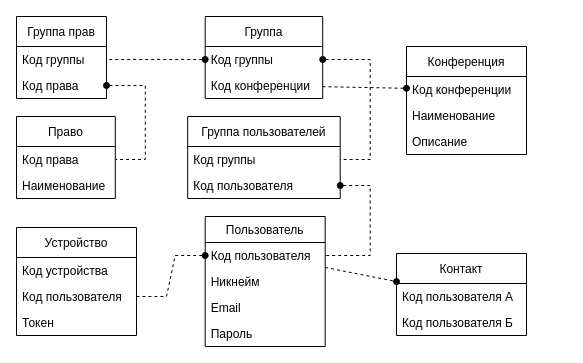
Above: ТОАУ/ЛР4/1.drawio in eldarian-1/pstu (draw.io), before the change. Source tidied: cells renumbered, new cells numbered last; positions are measured from the earlier drawing's top-left corner, leaving out a move shared by most shapes. Both pictures are drawn from the tidied source at 100%, with x=0, y=0 at pixel (16, 16).
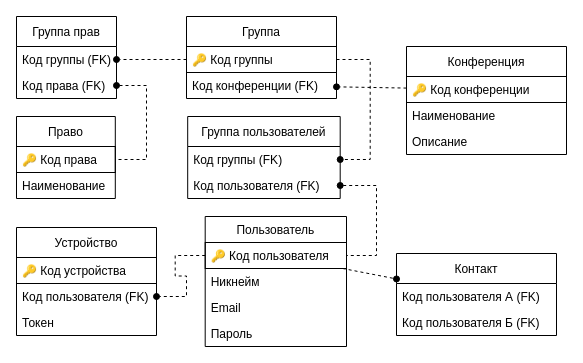
After the change.

Unchanged cells that the change refers to:
```xml
<mxCell id="13" value="Право" style="swimlane;fontStyle=0;horizontal=1;startSize=30;fillColor=none;" parent="1" vertex="1">
  <mxGeometry y="100" width="98.8" height="82" as="geometry" />
</mxCell>
<mxCell id="24" value="Группа пользователей" style="swimlane;fontStyle=0;horizontal=1;startSize=30;fillColor=none;" parent="1" vertex="1">
  <mxGeometry x="171.2" y="100" width="152.5" height="82" as="geometry" />
</mxCell>
```

What changed in the source:
```diff
@@
     <mxCell id="2" value="Группа прав" style="swimlane;fontStyle=0;horizontal=1;startSize=30;fillColor=none;" parent="1" vertex="1">
-      <mxGeometry width="90" height="82" as="geometry" />
+      <mxGeometry width="100" height="82" as="geometry" />
     </mxCell>
-    <mxCell id="3" value="Код группы" style="text;strokeColor=none;fillColor=none;align=left;verticalAlign=top;spacingLeft=4;spacingRight=4;overflow=hidden;points=[[0,0.5],[1,0.5]];portConstraint=eastwest;" parent="2" vertex="1">
-      <mxGeometry y="30" width="90" height="26" as="geometry" />
-    </mxCell>
-    <mxCell id="4" value="Код права" style="text;strokeColor=none;fillColor=none;align=left;verticalAlign=top;spacingLeft=4;spacingRight=4;overflow=hidden;points=[[0,0.5],[1,0.5]];portConstraint=eastwest;" parent="2" vertex="1">
-      <mxGeometry y="56" width="90" height="26" as="geometry" />
-    </mxCell>
+    <mxCell id="37" value="Код группы (FK)" style="text;strokeColor=none;fillColor=none;align=left;verticalAlign=top;spacingLeft=4;spacingRight=4;overflow=hidden;points=[[0,0.5],[1,0.5]];portConstraint=eastwest;" parent="2" vertex="1">
+      <mxGeometry y="30" width="100" height="26" as="geometry" />
+    </mxCell>
+    <mxCell id="38" value="Код права (FK)" style="text;strokeColor=none;fillColor=none;align=left;verticalAlign=top;spacingLeft=4;spacingRight=4;overflow=hidden;points=[[0,0.5],[1,0.5]];portConstraint=eastwest;" parent="2" vertex="1">
+      <mxGeometry y="56" width="100" height="26" as="geometry" />
+    </mxCell>
     <mxCell id="5" value="Пользователь" style="swimlane;fontStyle=0;horizontal=1;startSize=26;fillColor=none;" parent="1" vertex="1">
-      <mxGeometry x="188.7" y="200" width="120" height="130" as="geometry" />
+      <mxGeometry x="188.7" y="200" width="141.3" height="130" as="geometry" />
     </mxCell>
-    <mxCell id="6" value="Код пользователя" style="text;strokeColor=none;fillColor=none;align=left;verticalAlign=top;spacingLeft=4;spacingRight=4;overflow=hidden;points=[[0,0.5],[1,0.5]];portConstraint=eastwest;" parent="5" vertex="1">
-      <mxGeometry y="26" width="120" height="26" as="geometry" />
-    </mxCell>
+    <mxCell id="39" value="🔑 Код пользователя" style="text;strokeColor=default;fillColor=none;align=left;verticalAlign=top;spacingLeft=4;spacingRight=4;overflow=hidden;points=[[0,0.5],[1,0.5]];portConstraint=eastwest;" parent="5" vertex="1">
+      <mxGeometry y="26" width="141.3" height="26" as="geometry" />
+    </mxCell>
     <mxCell id="7" value="Никнейм" style="text;strokeColor=none;fillColor=none;align=left;verticalAlign=top;spacingLeft=4;spacingRight=4;overflow=hidden;" parent="5" vertex="1">
-      <mxGeometry y="52" width="120" height="26" as="geometry" />
+      <mxGeometry y="52" width="141.3" height="26" as="geometry" />
     </mxCell>
     <mxCell id="8" value="Email" style="text;strokeColor=none;fillColor=none;align=left;verticalAlign=top;spacingLeft=4;spacingRight=4;overflow=hidden;" parent="5" vertex="1">
-      <mxGeometry y="78" width="120" height="26" as="geometry" />
+      <mxGeometry y="78" width="141.3" height="26" as="geometry" />
     </mxCell>
     <mxCell id="9" value="Пароль" style="text;strokeColor=none;fillColor=none;align=left;verticalAlign=top;spacingLeft=4;spacingRight=4;overflow=hidden;" parent="5" vertex="1">
-      <mxGeometry y="104" width="120" height="26" as="geometry" />
+      <mxGeometry y="104" width="141.3" height="26" as="geometry" />
     </mxCell>
     <mxCell id="10" value="Контакт" style="swimlane;fontStyle=0;horizontal=1;startSize=30;fillColor=none;" parent="1" vertex="1">
-      <mxGeometry x="380" y="237" width="130" height="82" as="geometry" />
+      <mxGeometry x="380" y="237" width="160" height="82" as="geometry" />
     </mxCell>
-    <mxCell id="11" value="Код пользователя А" style="text;strokeColor=none;fillColor=none;align=left;verticalAlign=top;spacingLeft=4;spacingRight=4;overflow=hidden;" parent="10" vertex="1">
-      <mxGeometry y="30" width="130" height="26" as="geometry" />
-    </mxCell>
-    <mxCell id="12" value="Код пользователя Б" style="text;strokeColor=none;fillColor=none;align=left;verticalAlign=top;spacingLeft=4;spacingRight=4;overflow=hidden;" parent="10" vertex="1">
-      <mxGeometry y="56" width="130" height="26" as="geometry" />
-    </mxCell>
+    <mxCell id="40" value="Код пользователя А (FK)" style="text;strokeColor=none;fillColor=none;align=left;verticalAlign=top;spacingLeft=4;spacingRight=4;overflow=hidden;" parent="10" vertex="1">
+      <mxGeometry y="30" width="160" height="26" as="geometry" />
+    </mxCell>
+    <mxCell id="41" value="Код пользователя Б (FK)" style="text;strokeColor=none;fillColor=none;align=left;verticalAlign=top;spacingLeft=4;spacingRight=4;overflow=hidden;" parent="10" vertex="1">
+      <mxGeometry y="56" width="160" height="26" as="geometry" />
+    </mxCell>
@@
-    <mxCell id="14" value="Код права" style="text;strokeColor=none;fillColor=none;align=left;verticalAlign=top;spacingLeft=4;spacingRight=4;overflow=hidden;points=[[0,0.5],[1,0.5]];portConstraint=eastwest;" parent="13" vertex="1">
-      <mxGeometry y="30" width="98.8" height="26" as="geometry" />
-    </mxCell>
+    <mxCell id="42" value="🔑 Код права" style="text;strokeColor=default;fillColor=none;align=left;verticalAlign=top;spacingLeft=4;spacingRight=4;overflow=hidden;points=[[0,0.5],[1,0.5]];portConstraint=eastwest;" parent="13" vertex="1">
+      <mxGeometry y="30" width="98.8" height="26" as="geometry" />
+    </mxCell>
@@
     <mxCell id="16" value="Устройство" style="swimlane;fontStyle=0;horizontal=1;startSize=30;fillColor=none;" parent="1" vertex="1">
-      <mxGeometry y="211" width="120" height="108" as="geometry" />
+      <mxGeometry y="211" width="140" height="108" as="geometry" />
     </mxCell>
-    <mxCell id="17" value="Код устройства" style="text;strokeColor=none;fillColor=none;align=left;verticalAlign=top;spacingLeft=4;spacingRight=4;overflow=hidden;" parent="16" vertex="1">
-      <mxGeometry y="30" width="120" height="26" as="geometry" />
-    </mxCell>
-    <mxCell id="18" value="Код пользователя" style="text;strokeColor=none;fillColor=none;align=left;verticalAlign=top;spacingLeft=4;spacingRight=4;overflow=hidden;points=[[0,0.5],[1,0.5]];portConstraint=eastwest;" parent="16" vertex="1">
-      <mxGeometry y="56" width="120" height="26" as="geometry" />
-    </mxCell>
+    <mxCell id="43" value="🔑 Код устройства" style="text;strokeColor=default;fillColor=none;align=left;verticalAlign=top;spacingLeft=4;spacingRight=4;overflow=hidden;" parent="16" vertex="1">
+      <mxGeometry y="30" width="140" height="26" as="geometry" />
+    </mxCell>
+    <mxCell id="44" value="Код пользователя (FK)" style="text;strokeColor=none;fillColor=none;align=left;verticalAlign=top;spacingLeft=4;spacingRight=4;overflow=hidden;points=[[0,0.5],[1,0.5]];portConstraint=eastwest;" parent="16" vertex="1">
+      <mxGeometry y="56" width="140" height="26" as="geometry" />
+    </mxCell>
     <mxCell id="19" value="Токен" style="text;strokeColor=none;fillColor=none;align=left;verticalAlign=top;spacingLeft=4;spacingRight=4;overflow=hidden;" parent="16" vertex="1">
-      <mxGeometry y="82" width="120" height="26" as="geometry" />
+      <mxGeometry y="82" width="140" height="26" as="geometry" />
     </mxCell>
     <mxCell id="20" value="Конференция" style="swimlane;fontStyle=0;horizontal=1;startSize=30;fillColor=none;" parent="1" vertex="1">
-      <mxGeometry x="390" y="30" width="120" height="108" as="geometry" />
+      <mxGeometry x="390" y="30" width="160" height="108" as="geometry" />
     </mxCell>
-    <mxCell id="21" value="Код конференции" style="text;strokeColor=none;fillColor=none;align=left;verticalAlign=top;spacingLeft=4;spacingRight=4;overflow=hidden;points=[[0,0.5],[1,0.5]];portConstraint=eastwest;" parent="20" vertex="1">
-      <mxGeometry y="30" width="120" height="26" as="geometry" />
-    </mxCell>
+    <mxCell id="45" value="🔑 Код конференции" style="text;strokeColor=default;fillColor=none;align=left;verticalAlign=top;spacingLeft=4;spacingRight=4;overflow=hidden;points=[[0,0.5],[1,0.5]];portConstraint=eastwest;" parent="20" vertex="1">
+      <mxGeometry y="30" width="160" height="26" as="geometry" />
+    </mxCell>
     <mxCell id="22" value="Наименование" style="text;strokeColor=none;fillColor=none;align=left;verticalAlign=top;spacingLeft=4;spacingRight=4;overflow=hidden;" parent="20" vertex="1">
-      <mxGeometry y="56" width="120" height="26" as="geometry" />
+      <mxGeometry y="56" width="160" height="26" as="geometry" />
     </mxCell>
     <mxCell id="23" value="Описание" style="text;strokeColor=none;fillColor=none;align=left;verticalAlign=top;spacingLeft=4;spacingRight=4;overflow=hidden;" parent="20" vertex="1">
-      <mxGeometry y="82" width="120" height="26" as="geometry" />
+      <mxGeometry y="82" width="160" height="26" as="geometry" />
     </mxCell>
@@
-    <mxCell id="25" value="Код группы" style="text;strokeColor=none;fillColor=none;align=left;verticalAlign=top;spacingLeft=4;spacingRight=4;overflow=hidden;points=[[0,0.5],[1,0.5]];portConstraint=eastwest;" parent="24" vertex="1">
-      <mxGeometry y="30" width="152.5" height="26" as="geometry" />
-    </mxCell>
-    <mxCell id="26" value="Код пользователя" style="text;strokeColor=none;fillColor=none;align=left;verticalAlign=top;spacingLeft=4;spacingRight=4;overflow=hidden;points=[[0,0.5],[1,0.5]];portConstraint=eastwest;" parent="24" vertex="1">
-      <mxGeometry y="56" width="152.5" height="26" as="geometry" />
-    </mxCell>
+    <mxCell id="46" value="Код группы (FK)" style="text;strokeColor=none;fillColor=none;align=left;verticalAlign=top;spacingLeft=4;spacingRight=4;overflow=hidden;points=[[0,0.5],[1,0.5]];portConstraint=eastwest;" parent="24" vertex="1">
+      <mxGeometry y="30" width="152.5" height="26" as="geometry" />
+    </mxCell>
+    <mxCell id="47" value="Код пользователя (FK)" style="text;strokeColor=none;fillColor=none;align=left;verticalAlign=top;spacingLeft=4;spacingRight=4;overflow=hidden;points=[[0,0.5],[1,0.5]];portConstraint=eastwest;" parent="24" vertex="1">
+      <mxGeometry y="56" width="152.5" height="26" as="geometry" />
+    </mxCell>
     <mxCell id="27" value="Группа" style="swimlane;fontStyle=0;horizontal=1;startSize=30;fillColor=none;" parent="1" vertex="1">
-      <mxGeometry x="188.7" width="117.5" height="82" as="geometry" />
+      <mxGeometry x="170" width="150" height="82" as="geometry" />
     </mxCell>
-    <mxCell id="28" value="Код группы" style="text;strokeColor=none;fillColor=none;align=left;verticalAlign=top;spacingLeft=4;spacingRight=4;overflow=hidden;points=[[0,0.5],[1,0.5]];portConstraint=eastwest;" parent="27" vertex="1">
-      <mxGeometry y="30" width="117.5" height="26" as="geometry" />
-    </mxCell>
-    <mxCell id="29" value="Код конференции" style="text;strokeColor=none;fillColor=none;align=left;verticalAlign=top;spacingLeft=4;spacingRight=4;overflow=hidden;points=[[0,0.5],[1,0.5]];portConstraint=eastwest;" parent="27" vertex="1">
-      <mxGeometry y="56" width="117.5" height="26" as="geometry" />
-    </mxCell>
-    <mxCell id="30" style="fontSize=12;html=1;endArrow=none;startArrow=oval;rounded=0;endFill=0;startFill=1;dashed=1;" parent="1" edge="1" source="21" target="29">
-      <mxGeometry relative="1" as="geometry" />
-    </mxCell>
-    <mxCell id="31" style="edgeStyle=entityRelationEdgeStyle;fontSize=12;html=1;endArrow=none;startArrow=oval;rounded=0;startFill=1;endFill=0;dashed=1;" parent="1" edge="1" source="28" target="3">
-      <mxGeometry relative="1" as="geometry" />
-    </mxCell>
-    <mxCell id="32" style="edgeStyle=entityRelationEdgeStyle;fontSize=12;html=1;endArrow=none;startArrow=oval;rounded=0;startFill=1;endFill=0;dashed=1;" parent="1" edge="1" source="28" target="25">
-      <mxGeometry relative="1" as="geometry" />
-    </mxCell>
-    <mxCell id="33" style="edgeStyle=entityRelationEdgeStyle;fontSize=12;html=1;endArrow=none;startArrow=oval;rounded=0;startFill=1;endFill=0;dashed=1;" parent="1" edge="1" source="26" target="6">
-      <mxGeometry relative="1" as="geometry" />
-    </mxCell>
-    <mxCell id="34" style="edgeStyle=entityRelationEdgeStyle;fontSize=12;html=1;endArrow=none;startArrow=oval;rounded=0;startFill=1;endFill=0;dashed=1;" parent="1" edge="1" source="4" target="14">
-      <mxGeometry relative="1" as="geometry" />
-    </mxCell>
-    <mxCell id="35" style="fontSize=12;html=1;endArrow=oval;startArrow=none;rounded=0;startFill=0;endFill=1;dashed=1;" parent="1" edge="1" source="6" target="10">
-      <mxGeometry relative="1" as="geometry" />
-    </mxCell>
-    <mxCell id="36" style="edgeStyle=entityRelationEdgeStyle;fontSize=12;html=1;endArrow=none;startArrow=oval;rounded=0;endFill=0;startFill=1;dashed=1;" parent="1" edge="1" source="6" target="18">
-      <mxGeometry relative="1" as="geometry" />
-    </mxCell>
+    <mxCell id="48" value="🔑 Код группы" style="text;strokeColor=default;fillColor=none;align=left;verticalAlign=top;spacingLeft=4;spacingRight=4;overflow=hidden;points=[[0,0.5],[1,0.5]];portConstraint=eastwest;" parent="27" vertex="1">
+      <mxGeometry y="30" width="150" height="26" as="geometry" />
+    </mxCell>
+    <mxCell id="49" value="Код конференции (FK)" style="text;strokeColor=none;fillColor=none;align=left;verticalAlign=top;spacingLeft=4;spacingRight=4;overflow=hidden;points=[[0,0.5],[1,0.5]];portConstraint=eastwest;" parent="27" vertex="1">
+      <mxGeometry y="56" width="150" height="26" as="geometry" />
+    </mxCell>
+    <mxCell id="50" style="fontSize=12;html=1;endArrow=oval;startArrow=none;rounded=0;endFill=1;startFill=0;dashed=1;" parent="1" edge="1" source="45" target="49">
+      <mxGeometry relative="1" as="geometry" />
+    </mxCell>
+    <mxCell id="51" style="edgeStyle=entityRelationEdgeStyle;fontSize=12;html=1;endArrow=oval;startArrow=none;rounded=0;startFill=0;endFill=1;dashed=1;" parent="1" edge="1" source="48" target="37">
+      <mxGeometry relative="1" as="geometry" />
+    </mxCell>
+    <mxCell id="52" style="edgeStyle=entityRelationEdgeStyle;fontSize=12;html=1;endArrow=oval;startArrow=none;rounded=0;startFill=0;endFill=1;dashed=1;" parent="1" edge="1" source="48" target="46">
+      <mxGeometry relative="1" as="geometry" />
+    </mxCell>
+    <mxCell id="53" style="edgeStyle=entityRelationEdgeStyle;fontSize=12;html=1;endArrow=none;startArrow=oval;rounded=0;startFill=1;endFill=0;dashed=1;" parent="1" edge="1" source="47" target="39">
+      <mxGeometry relative="1" as="geometry" />
+    </mxCell>
+    <mxCell id="54" style="edgeStyle=entityRelationEdgeStyle;fontSize=12;html=1;endArrow=none;startArrow=oval;rounded=0;startFill=1;endFill=0;dashed=1;" parent="1" edge="1" source="38" target="42">
+      <mxGeometry relative="1" as="geometry" />
+    </mxCell>
+    <mxCell id="55" style="fontSize=12;html=1;endArrow=oval;startArrow=none;rounded=0;startFill=0;endFill=1;dashed=1;" parent="1" edge="1" source="39" target="10">
+      <mxGeometry relative="1" as="geometry" />
+    </mxCell>
+    <mxCell id="56" style="edgeStyle=entityRelationEdgeStyle;fontSize=12;html=1;endArrow=oval;startArrow=none;rounded=0;endFill=1;startFill=0;dashed=1;" parent="1" edge="1" source="39" target="44">
+      <mxGeometry relative="1" as="geometry" />
+    </mxCell>
```
